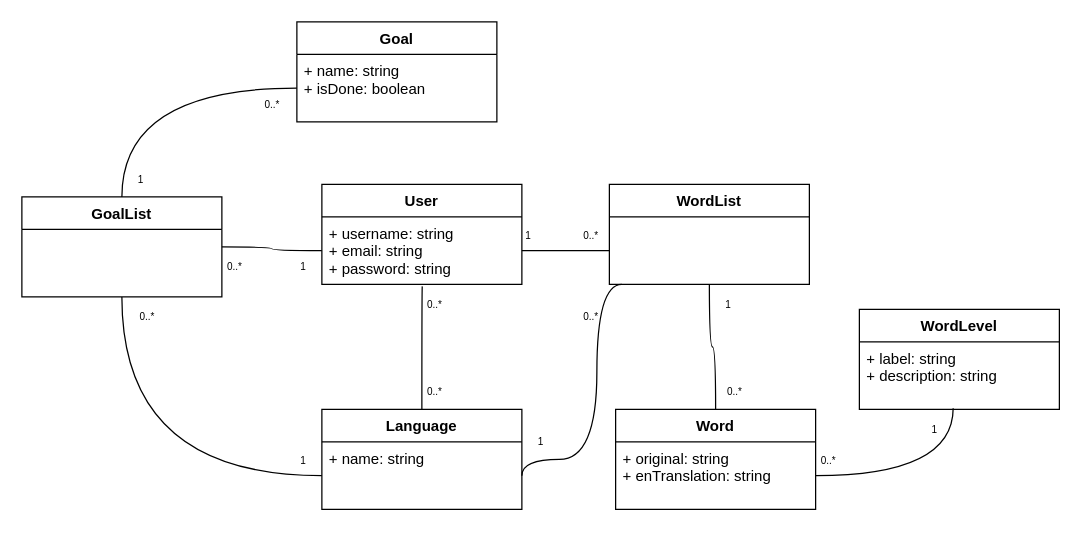
Earlier version of the draw.io diagram .docs/UML/classDiagram.drawio (r-kadri/vocabulary-learning). Source tidied: cells renumbered, new cells numbered last; positions are measured from the earlier drawing's top-left corner, leaving out a move shared by most shapes. Both pictures are drawn from the tidied source at 125%, with x=0, y=0 at pixel (21, 21).
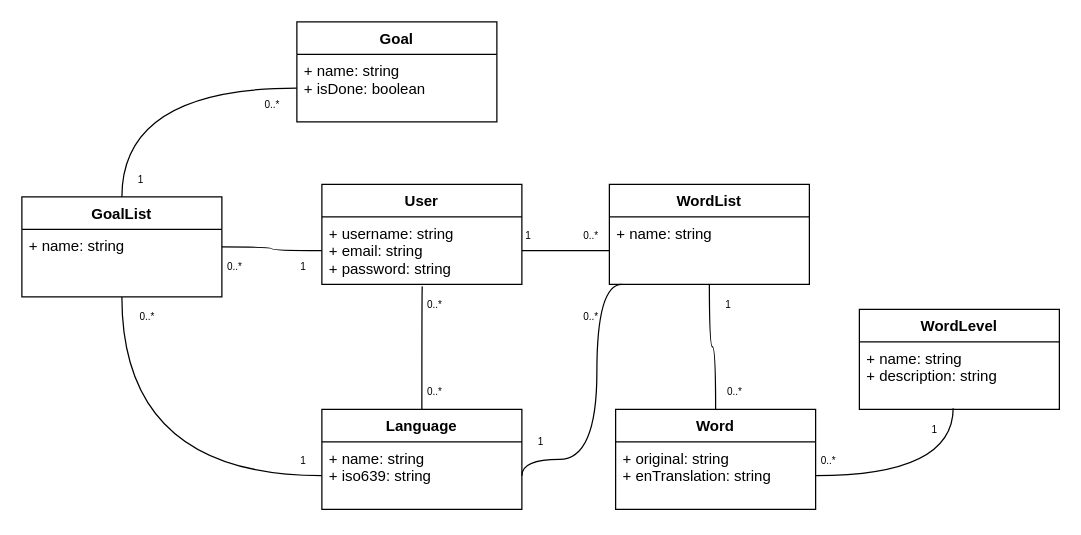
After the change.

Commit message (it also covers changes not shown here):
:arrow_up: EDIT: Class diagram

The change refers to these unchanged cells:
```xml
<mxCell id="6" value="WordLevel" style="swimlane;fontStyle=1;align=center;verticalAlign=top;horizontal=1;startSize=26;" parent="1" vertex="1">
  <mxGeometry x="670" y="230" width="160" height="80" as="geometry" />
</mxCell>
<mxCell id="11" value="GoalList" style="swimlane;fontStyle=1;align=center;verticalAlign=top;horizontal=1;startSize=26;" parent="1" vertex="1">
  <mxGeometry y="140" width="160" height="80" as="geometry" />
</mxCell>
<mxCell id="13" value="WordList" style="swimlane;fontStyle=1;align=center;verticalAlign=top;horizontal=1;startSize=26;" parent="1" vertex="1">
  <mxGeometry x="470" y="130" width="160" height="80" as="geometry" />
</mxCell>
<mxCell id="14" value="Language" style="swimlane;fontStyle=1;align=center;verticalAlign=top;horizontal=1;startSize=26;" parent="1" vertex="1">
  <mxGeometry x="240" y="310" width="160" height="80" as="geometry" />
</mxCell>
```

What changed in the source:
```diff
@@
-    <mxCell id="7" value="+ label: string&#10;+ description: string" style="text;strokeColor=none;fillColor=none;align=left;verticalAlign=top;spacingLeft=4;spacingRight=4;overflow=hidden;points=[[0,0.5],[1,0.5]];portConstraint=eastwest;" parent="6" vertex="1">
+    <mxCell id="7" value="+ name: string&#10;+ description: string" style="text;strokeColor=none;fillColor=none;align=left;verticalAlign=top;spacingLeft=4;spacingRight=4;overflow=hidden;points=[[0,0.5],[1,0.5]];portConstraint=eastwest;" parent="6" vertex="1">
       <mxGeometry y="26" width="160" height="54" as="geometry" />
     </mxCell>
@@
+    <mxCell id="38" value="+ name: string" style="text;strokeColor=none;fillColor=none;align=left;verticalAlign=top;spacingLeft=4;spacingRight=4;overflow=hidden;" parent="11" vertex="1">
+      <mxGeometry y="26" width="160" height="54" as="geometry" />
+    </mxCell>
@@
+    <mxCell id="39" value="+ name: string" style="text;strokeColor=none;fillColor=none;align=left;verticalAlign=top;spacingLeft=4;spacingRight=4;overflow=hidden;" parent="13" vertex="1">
+      <mxGeometry y="26" width="160" height="54" as="geometry" />
+    </mxCell>
@@
-    <mxCell id="15" value="+ name: string" style="text;strokeColor=none;fillColor=none;align=left;verticalAlign=top;spacingLeft=4;spacingRight=4;overflow=hidden;points=[[0,0.5],[1,0.5]];portConstraint=eastwest;" parent="14" vertex="1">
+    <mxCell id="15" value="+ name: string&#10;+ iso639: string" style="text;strokeColor=none;fillColor=none;align=left;verticalAlign=top;spacingLeft=4;spacingRight=4;overflow=hidden;points=[[0,0.5],[1,0.5]];portConstraint=eastwest;" parent="14" vertex="1">
       <mxGeometry y="26" width="160" height="54" as="geometry" />
     </mxCell>
```
